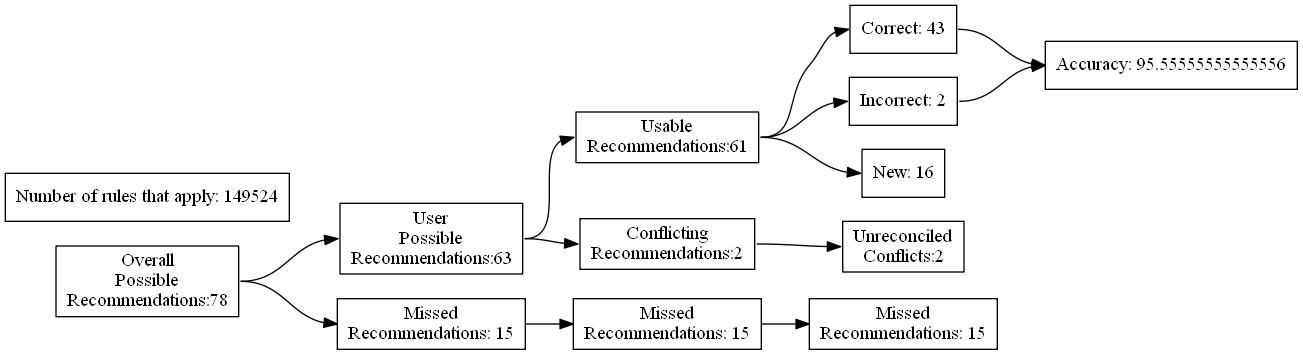
The Graphviz diagram test_renders/62.gv.png in ZaxR/ibd_diet_analysis, before a commit. Its source is kept beside it as test_renders/62.gv.
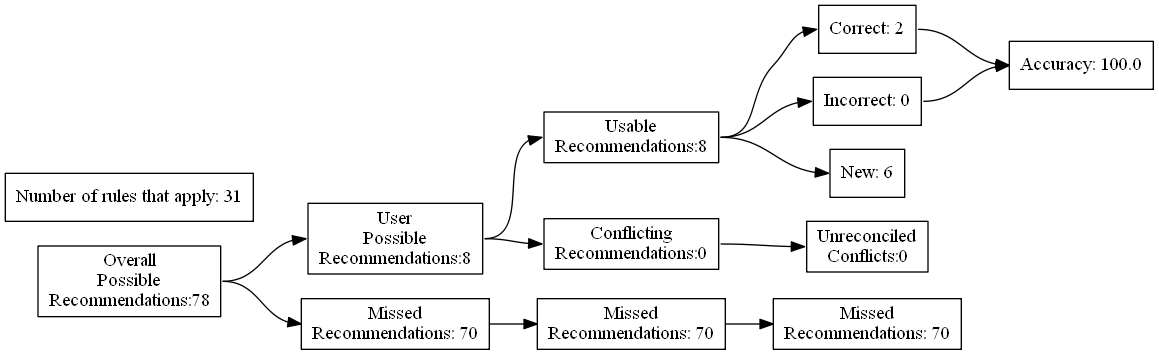
After the change.

What changed in the source:
```diff
@@ -7,24 +7,24 @@
 Recommendations:78"]
 		B [label="User
 Possible
-Recommendations:63"]
+Recommendations:8"]
 		C [label="Missed
-Recommendations: 15"]
+Recommendations: 70"]
 		D [label="Usable
-Recommendations:61"]
+Recommendations:8"]
 		E [label="Conflicting
-Recommendations:2"]
+Recommendations:0"]
 		J [label="Missed
-Recommendations: 15"]
+Recommendations: 70"]
 		M [label="Unreconciled
-Conflicts:2"]
-		F [label="Correct: 43"]
-		G [label="Incorrect: 2"]
-		H [label="New: 16"]
+Conflicts:0"]
+		F [label="Correct: 2"]
+		G [label="Incorrect: 0"]
+		H [label="New: 6"]
 		K [label="Missed
-Recommendations: 15"]
-		I [label="Accuracy: 95.55555555555556"]
-		l [label="Number of rules that apply: 149524"]
+Recommendations: 70"]
+		I [label="Accuracy: 100.0"]
+		l [label="Number of rules that apply: 31"]
 			A -> B
 			A -> C
 			B -> D
```
